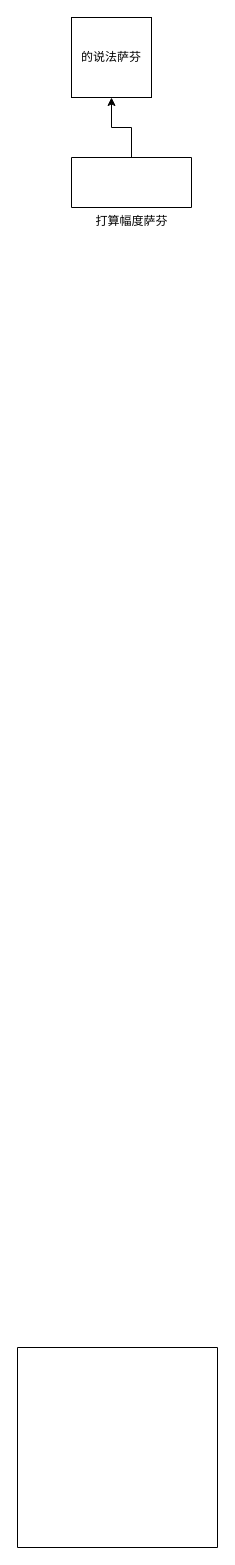
liqg/disk keeps this draw.io diagram as 未命名绘图.drawio. Above is the earlier version. Source tidied: cells renumbered, new cells numbered last; positions are measured from the earlier drawing's top-left corner, leaving out a move shared by most shapes. Both pictures are drawn from the tidied source at 100%, with x=0, y=0 at pixel (17, 17).
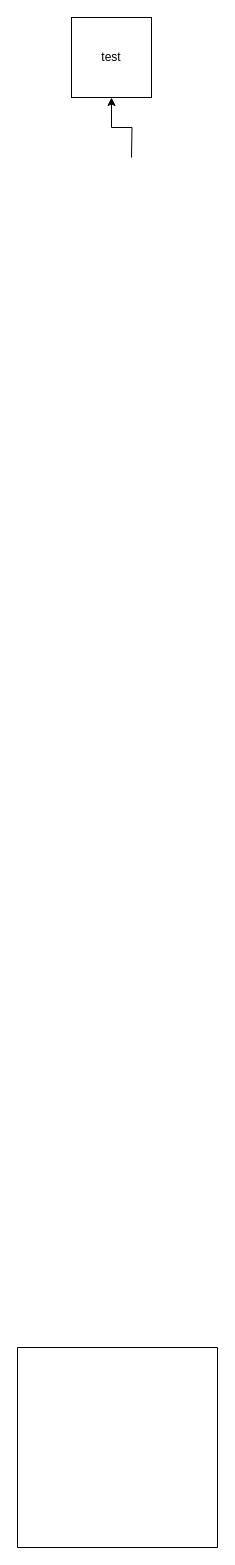
The same diagram, later.

Commit message:
更新未命名绘图.drawio

Change to the diagram source:
```diff
@@
 <mxGraphModel>
   <root>
     <mxCell id="0" />
     <mxCell id="1" parent="0" />
-    <mxCell id="2" style="edgeStyle=orthogonalEdgeStyle;rounded=0;jettySize=auto;html=1;entryX=0.5;entryY=1;entryDx=0;entryDy=0;" parent="1" edge="1" source="3" target="5">
-      <mxGeometry relative="1" as="geometry" />
+    <mxCell id="2" style="edgeStyle=orthogonalEdgeStyle;rounded=0;jettySize=auto;html=1;entryX=0.5;entryY=1;entryDx=0;entryDy=0;" parent="1" edge="1" target="5">
+      <mxGeometry relative="1" as="geometry">
+        <mxPoint x="114" y="140" as="sourcePoint" />
+      </mxGeometry>
     </mxCell>
-    <mxCell id="3" value="打算幅度萨芬" style="verticalLabelPosition=bottom;verticalAlign=top;html=1;shape=mxgraph.basic.rect;fillColor2=none;strokeWidth=1;size=20;indent=5;" parent="1" vertex="1">
-      <mxGeometry x="54" y="140" width="120" height="50" as="geometry" />
-    </mxCell>
     <mxCell id="4" style="swimlane;startSize=0;" parent="1" vertex="1">
       <mxGeometry y="1330" width="200" height="200" as="geometry" />
     </mxCell>
-    <mxCell id="5" value="的说法萨芬" style="whiteSpace=wrap;html=1;" parent="1" vertex="1">
+    <mxCell id="5" value="test" style="whiteSpace=wrap;html=1;" parent="1" vertex="1">
       <mxGeometry x="54" width="80" height="80" as="geometry" />
     </mxCell>
   </root>
 </mxGraphModel>
```
